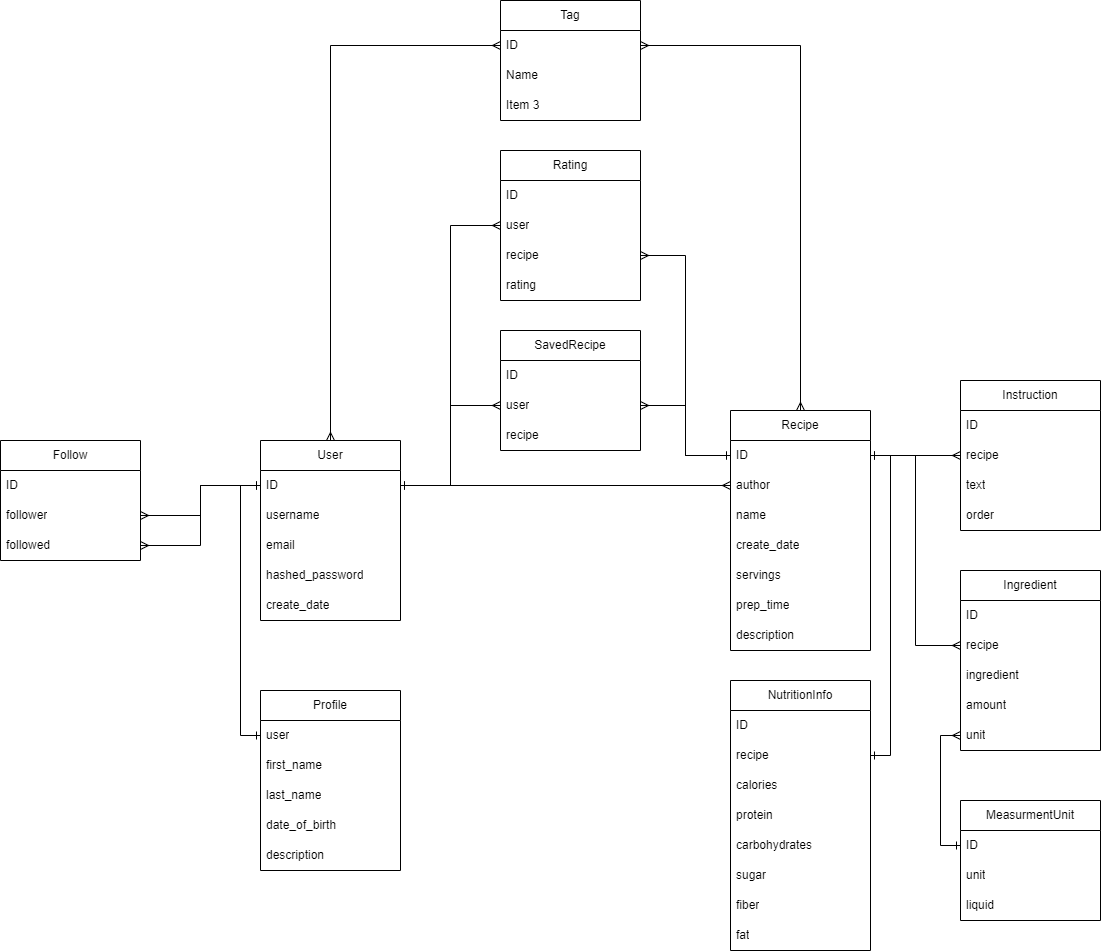
Before: docs/sql_db.png, a diagram exported from draw.io (maciej185/recipes). Source tidied: cells renumbered, new cells last; positions are measured from the earlier drawing's top-left corner, leaving out a move shared by most shapes.
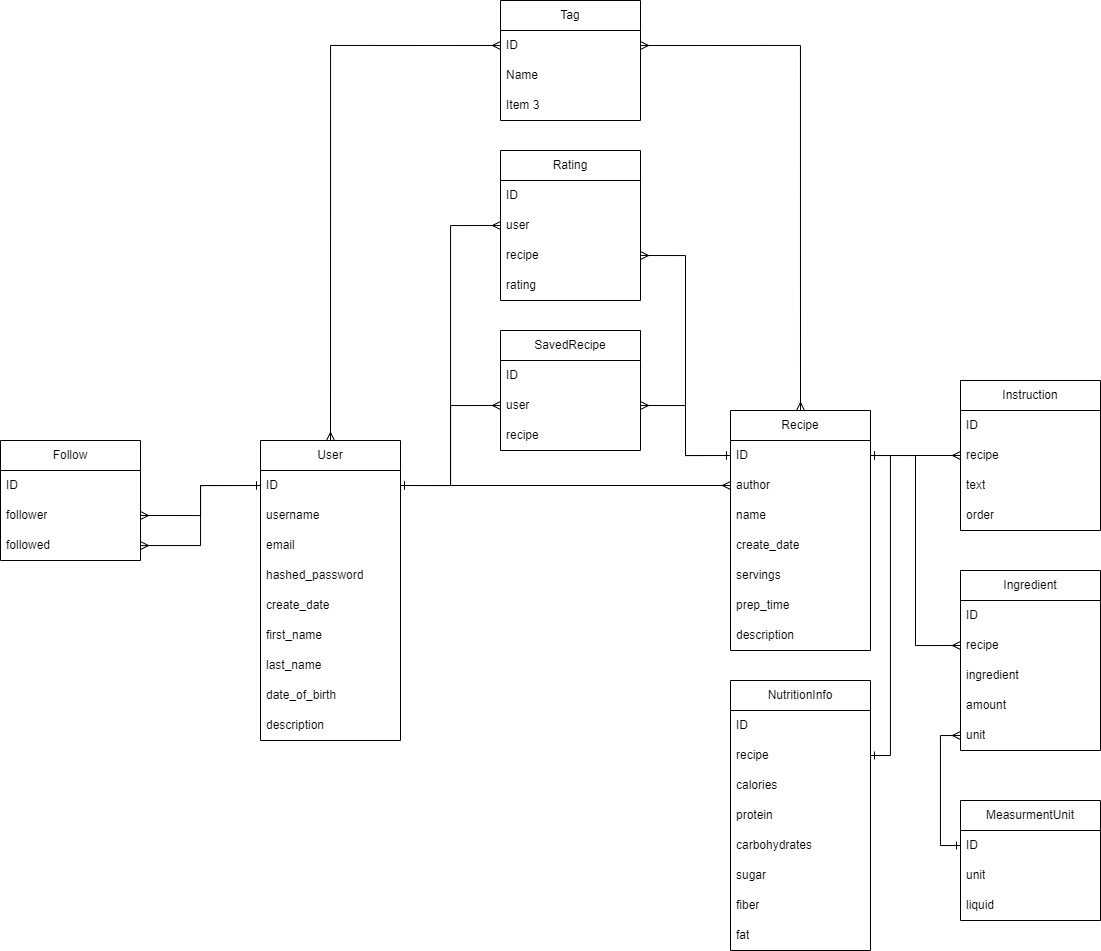
The same file after the commit.

Diff of the diagram source:
```diff
@@ -6,7 +6,7 @@
       <mxGeometry relative="1" as="geometry" />
     </mxCell>
     <mxCell id="3" value="User" style="swimlane;fontStyle=0;horizontal=1;startSize=30;whiteSpace=wrap;html=1;" parent="1" vertex="1">
-      <mxGeometry x="260" y="440" width="140" height="180" as="geometry" />
+      <mxGeometry x="260" y="440" width="140" height="300" as="geometry" />
     </mxCell>
     <mxCell id="4" value="ID" style="text;strokeColor=none;fillColor=none;align=left;verticalAlign=middle;spacingLeft=4;spacingRight=4;overflow=hidden;points=[[0,0.5],[1,0.5]];portConstraint=eastwest;whiteSpace=wrap;html=1;" parent="3" vertex="1">
       <mxGeometry y="30" width="140" height="30" as="geometry" />
@@ -23,27 +23,18 @@
     <mxCell id="8" value="create_date" style="text;strokeColor=none;fillColor=none;align=left;verticalAlign=middle;spacingLeft=4;spacingRight=4;overflow=hidden;whiteSpace=wrap;html=1;" parent="3" vertex="1">
       <mxGeometry y="150" width="140" height="30" as="geometry" />
     </mxCell>
-    <mxCell id="9" value="Profile" style="swimlane;fontStyle=0;horizontal=1;startSize=30;whiteSpace=wrap;html=1;" parent="1" vertex="1">
-      <mxGeometry x="260" y="690" width="140" height="180" as="geometry" />
-    </mxCell>
-    <mxCell id="10" value="user" style="text;strokeColor=none;fillColor=none;align=left;verticalAlign=middle;spacingLeft=4;spacingRight=4;overflow=hidden;points=[[0,0.5],[1,0.5]];portConstraint=eastwest;whiteSpace=wrap;html=1;" parent="9" vertex="1">
-      <mxGeometry y="30" width="140" height="30" as="geometry" />
-    </mxCell>
-    <mxCell id="11" value="first_name" style="text;strokeColor=none;fillColor=none;align=left;verticalAlign=middle;spacingLeft=4;spacingRight=4;overflow=hidden;whiteSpace=wrap;html=1;" parent="9" vertex="1">
-      <mxGeometry y="60" width="140" height="30" as="geometry" />
+    <mxCell id="11" value="first_name" style="text;strokeColor=none;fillColor=none;align=left;verticalAlign=middle;spacingLeft=4;spacingRight=4;overflow=hidden;whiteSpace=wrap;html=1;" parent="3" vertex="1">
+      <mxGeometry y="180" width="140" height="30" as="geometry" />
     </mxCell>
-    <mxCell id="12" value="last_name" style="text;strokeColor=none;fillColor=none;align=left;verticalAlign=middle;spacingLeft=4;spacingRight=4;overflow=hidden;whiteSpace=wrap;html=1;" parent="9" vertex="1">
-      <mxGeometry y="90" width="140" height="30" as="geometry" />
+    <mxCell id="12" value="last_name" style="text;strokeColor=none;fillColor=none;align=left;verticalAlign=middle;spacingLeft=4;spacingRight=4;overflow=hidden;whiteSpace=wrap;html=1;" parent="3" vertex="1">
+      <mxGeometry y="210" width="140" height="30" as="geometry" />
     </mxCell>
-    <mxCell id="13" value="date_of_birth" style="text;strokeColor=none;fillColor=none;align=left;verticalAlign=middle;spacingLeft=4;spacingRight=4;overflow=hidden;whiteSpace=wrap;html=1;" parent="9" vertex="1">
-      <mxGeometry y="120" width="140" height="30" as="geometry" />
+    <mxCell id="13" value="date_of_birth" style="text;strokeColor=none;fillColor=none;align=left;verticalAlign=middle;spacingLeft=4;spacingRight=4;overflow=hidden;whiteSpace=wrap;html=1;" parent="3" vertex="1">
+      <mxGeometry y="240" width="140" height="30" as="geometry" />
     </mxCell>
-    <mxCell id="14" value="description" style="text;strokeColor=none;fillColor=none;align=left;verticalAlign=middle;spacingLeft=4;spacingRight=4;overflow=hidden;whiteSpace=wrap;html=1;" parent="9" vertex="1">
-      <mxGeometry y="150" width="140" height="30" as="geometry" />
+    <mxCell id="14" value="description" style="text;strokeColor=none;fillColor=none;align=left;verticalAlign=middle;spacingLeft=4;spacingRight=4;overflow=hidden;whiteSpace=wrap;html=1;" parent="3" vertex="1">
+      <mxGeometry y="270" width="140" height="30" as="geometry" />
     </mxCell>
-    <mxCell id="15" style="edgeStyle=orthogonalEdgeStyle;rounded=0;jettySize=auto;html=1;exitX=0;exitY=0.5;exitDx=0;exitDy=0;entryX=0;entryY=0.5;entryDx=0;entryDy=0;startArrow=ERone;startFill=0;endArrow=ERone;endFill=0;" parent="1" edge="1" source="10" target="4">
-      <mxGeometry relative="1" as="geometry" />
-    </mxCell>
     <mxCell id="16" value="Recipe" style="swimlane;fontStyle=0;horizontal=1;startSize=30;whiteSpace=wrap;html=1;" parent="1" vertex="1">
       <mxGeometry x="730" y="410" width="140" height="240" as="geometry" />
     </mxCell>
```
